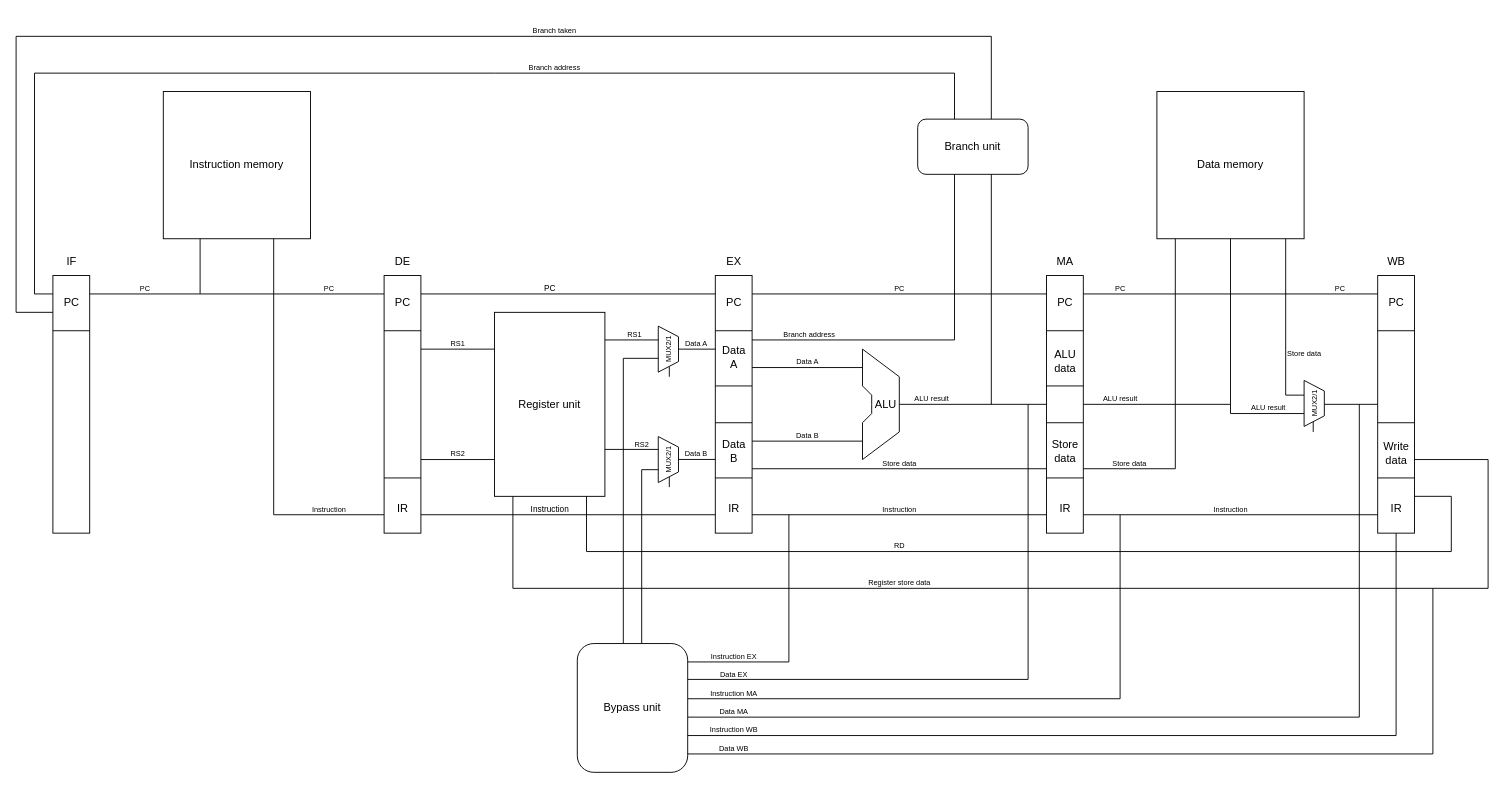
Before: simple_pipeline.drawio in JakobJelovcan/RISC-V-Interpreter, a draw.io diagram. Source tidied: cells renumbered, new cells numbered last; positions are measured from the earlier drawing's top-left corner, leaving out a move shared by most shapes. Both pictures are drawn from the tidied source at 92%, with x=0, y=0 at pixel (16, 16).
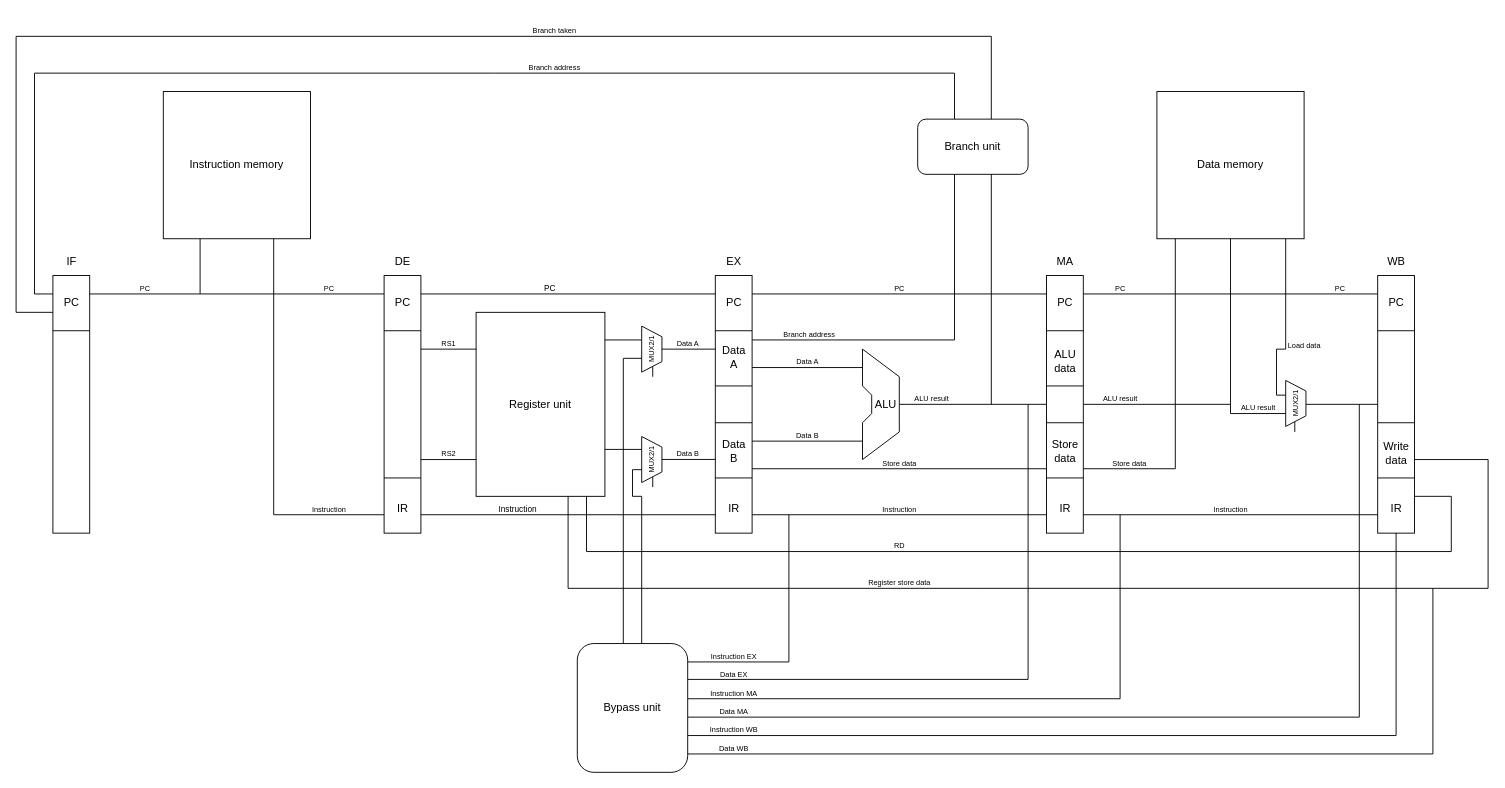
The same diagram, later.

The edit, as a diff of the source:
```diff
@@
     <mxCell id="20" value="Register unit" style="rounded=0;whiteSpace=wrap;html=1;" parent="1" vertex="1">
-      <mxGeometry x="520" y="322" width="120" height="200" as="geometry" />
+      <mxGeometry x="500" y="322" width="140" height="200" as="geometry" />
     </mxCell>
@@
     <mxCell id="24" value="&lt;font style=&quot;font-size: 9px;&quot;&gt;Instruction&lt;/font&gt;" style="text;html=1;align=center;verticalAlign=middle;strokeColor=none;fillColor=none;" parent="1" vertex="1">
-      <mxGeometry x="545" y="520" width="70" height="30" as="geometry" />
+      <mxGeometry x="510" y="520" width="70" height="30" as="geometry" />
     </mxCell>
     <mxCell id="25" style="endArrow=none;html=1;rounded=0;" parent="1" edge="1">
       <mxGeometry relative="1" as="geometry">
         <mxPoint x="440" y="362" as="sourcePoint" />
-        <mxPoint x="520" y="362" as="targetPoint" />
+        <mxPoint x="500" y="362" as="targetPoint" />
       </mxGeometry>
     </mxCell>
     <mxCell id="26" style="endArrow=none;html=1;rounded=0;" parent="1" edge="1">
       <mxGeometry relative="1" as="geometry">
         <mxPoint x="440" y="482" as="sourcePoint" />
-        <mxPoint x="520" y="482" as="targetPoint" />
+        <mxPoint x="500" y="482" as="targetPoint" />
       </mxGeometry>
     </mxCell>
     <mxCell id="27" value="&lt;font style=&quot;font-size: 8px;&quot;&gt;RS1&lt;/font&gt;" style="text;html=1;align=center;verticalAlign=middle;strokeColor=none;fillColor=none;" parent="1" vertex="1">
-      <mxGeometry x="460" y="340" width="40" height="30" as="geometry" />
+      <mxGeometry x="450" y="340" width="40" height="30" as="geometry" />
     </mxCell>
     <mxCell id="28" value="&lt;font style=&quot;&quot;&gt;&lt;font style=&quot;font-size: 8px;&quot;&gt;RS2&lt;/font&gt;&lt;br&gt;&lt;/font&gt;" style="text;html=1;align=center;verticalAlign=middle;strokeColor=none;fillColor=none;" parent="1" vertex="1">
-      <mxGeometry x="460" y="460" width="40" height="30" as="geometry" />
+      <mxGeometry x="450" y="460" width="40" height="30" as="geometry" />
     </mxCell>
     <mxCell id="29" style="endArrow=none;html=1;rounded=0;" parent="1" edge="1">
       <mxGeometry relative="1" as="geometry">
         <mxPoint x="1520" y="482" as="sourcePoint" />
-        <mxPoint x="540" y="522" as="targetPoint" />
+        <mxPoint x="600" y="522" as="targetPoint" />
         <Array as="points">
           <mxPoint x="1600" y="482" />
           <mxPoint x="1600" y="622" />
           <mxPoint x="1050" y="622" />
-          <mxPoint x="540" y="622" />
+          <mxPoint x="600" y="622" />
         </Array>
       </mxGeometry>
     </mxCell>
@@
     <mxCell id="55" value="MUX2/1" style="verticalLabelPosition=middle;verticalAlign=middle;html=1;shape=trapezoid;perimeter=trapezoidPerimeter;whiteSpace=wrap;size=0.23;arcSize=10;flipV=1;labelPosition=center;align=center;rotation=-90;fontSize=8;" parent="1" vertex="1">
-      <mxGeometry x="684" y="351" width="50" height="22" as="geometry" />
+      <mxGeometry x="666" y="351" width="50" height="22" as="geometry" />
     </mxCell>
     <mxCell id="56" style="endArrow=none;html=1;rounded=0;" parent="1" edge="1">
       <mxGeometry relative="1" as="geometry">
         <mxPoint x="640" y="352" as="sourcePoint" />
-        <mxPoint x="698" y="352" as="targetPoint" />
+        <mxPoint x="680" y="352" as="targetPoint" />
       </mxGeometry>
     </mxCell>
     <mxCell id="57" style="endArrow=none;html=1;rounded=0;" parent="1" edge="1">
       <mxGeometry relative="1" as="geometry">
-        <mxPoint x="720" y="362" as="sourcePoint" />
+        <mxPoint x="702" y="362" as="sourcePoint" />
         <mxPoint x="760" y="362" as="targetPoint" />
       </mxGeometry>
     </mxCell>
     <mxCell id="58" value="MUX2/1" style="verticalLabelPosition=middle;verticalAlign=middle;html=1;shape=trapezoid;perimeter=trapezoidPerimeter;whiteSpace=wrap;size=0.23;arcSize=10;flipV=1;labelPosition=center;align=center;rotation=-90;fontSize=8;" parent="1" vertex="1">
-      <mxGeometry x="684" y="471" width="50" height="22" as="geometry" />
+      <mxGeometry x="666" y="471" width="50" height="22" as="geometry" />
     </mxCell>
     <mxCell id="59" style="endArrow=none;html=1;rounded=0;" parent="1" edge="1">
       <mxGeometry relative="1" as="geometry">
-        <mxPoint x="720" y="481.9" as="sourcePoint" />
+        <mxPoint x="702" y="481.9" as="sourcePoint" />
         <mxPoint x="760" y="481.9" as="targetPoint" />
       </mxGeometry>
     </mxCell>
     <mxCell id="60" style="endArrow=none;html=1;rounded=0;" parent="1" edge="1">
       <mxGeometry relative="1" as="geometry">
         <mxPoint x="640" y="471" as="sourcePoint" />
-        <mxPoint x="698" y="471" as="targetPoint" />
+        <mxPoint x="680" y="471" as="targetPoint" />
       </mxGeometry>
     </mxCell>
     <mxCell id="61" style="endArrow=none;html=1;rounded=0;" parent="1" edge="1">
       <mxGeometry relative="1" as="geometry">
-        <mxPoint x="710" y="392" as="sourcePoint" />
-        <mxPoint x="710" y="381" as="targetPoint" />
+        <mxPoint x="692" y="392" as="sourcePoint" />
+        <mxPoint x="692" y="381" as="targetPoint" />
       </mxGeometry>
     </mxCell>
     <mxCell id="62" style="endArrow=none;html=1;rounded=0;" parent="1" edge="1">
       <mxGeometry relative="1" as="geometry">
-        <mxPoint x="710" y="512" as="sourcePoint" />
-        <mxPoint x="710" y="501" as="targetPoint" />
+        <mxPoint x="692" y="512" as="sourcePoint" />
+        <mxPoint x="692" y="501" as="targetPoint" />
       </mxGeometry>
     </mxCell>
     <mxCell id="63" style="endArrow=none;html=1;rounded=0;" parent="1" edge="1">
       <mxGeometry relative="1" as="geometry">
         <mxPoint x="660" y="682" as="sourcePoint" />
-        <mxPoint x="698" y="372" as="targetPoint" />
+        <mxPoint x="680" y="372" as="targetPoint" />
         <Array as="points">
           <mxPoint x="660" y="372" />
         </Array>
       </mxGeometry>
     </mxCell>
     <mxCell id="64" style="endArrow=none;html=1;rounded=0;" parent="1" edge="1">
       <mxGeometry relative="1" as="geometry">
         <mxPoint x="680" y="682" as="sourcePoint" />
-        <mxPoint x="698" y="493" as="targetPoint" />
+        <mxPoint x="680" y="493" as="targetPoint" />
         <Array as="points">
+          <mxPoint x="680" y="522" />
+          <mxPoint x="670" y="522" />
+          <mxPoint x="670" y="493" />
           <mxPoint x="680" y="493" />
         </Array>
       </mxGeometry>
     </mxCell>
     <mxCell id="65" value="&lt;font style=&quot;font-size: 8px;&quot;&gt;Data A&lt;/font&gt;" style="text;html=1;align=center;verticalAlign=middle;strokeColor=none;fillColor=none;" parent="1" vertex="1">
-      <mxGeometry x="714" y="340" width="50" height="30" as="geometry" />
+      <mxGeometry x="705" y="340" width="50" height="30" as="geometry" />
     </mxCell>
     <mxCell id="66" value="&lt;font style=&quot;font-size: 8px;&quot;&gt;Data B&lt;/font&gt;" style="text;html=1;align=center;verticalAlign=middle;strokeColor=none;fillColor=none;" parent="1" vertex="1">
-      <mxGeometry x="714" y="460" width="50" height="30" as="geometry" />
+      <mxGeometry x="705" y="460" width="50" height="30" as="geometry" />
     </mxCell>
-    <mxCell id="67" value="&lt;font style=&quot;font-size: 8px;&quot;&gt;RS1&lt;/font&gt;" style="text;html=1;align=center;verticalAlign=middle;strokeColor=none;fillColor=none;" parent="1" vertex="1">
-      <mxGeometry x="652" y="330" width="40" height="30" as="geometry" />
-    </mxCell>
-    <mxCell id="68" value="&lt;font style=&quot;font-size: 8px;&quot;&gt;RS2&lt;/font&gt;" style="text;html=1;align=center;verticalAlign=middle;strokeColor=none;fillColor=none;" parent="1" vertex="1">
-      <mxGeometry x="660" y="450" width="40" height="30" as="geometry" />
-    </mxCell>
@@
     <mxCell id="74" style="endArrow=none;html=1;rounded=0;" parent="1" edge="1">
       <mxGeometry relative="1" as="geometry">
-        <mxPoint x="1400" y="412" as="sourcePoint" />
+        <mxPoint x="1380" y="412" as="sourcePoint" />
         <mxPoint x="1380" y="242" as="targetPoint" />
         <Array as="points">
-          <mxPoint x="1380" y="412" />
+          <mxPoint x="1370" y="412" />
+          <mxPoint x="1370" y="362" />
+          <mxPoint x="1380" y="362" />
         </Array>
       </mxGeometry>
     </mxCell>
-    <mxCell id="75" value="&lt;font style=&quot;font-size: 8px;&quot;&gt;Store data&lt;/font&gt;" style="text;html=1;align=center;verticalAlign=middle;strokeColor=none;fillColor=none;" parent="1" vertex="1">
-      <mxGeometry x="1370" y="351" width="60" height="30" as="geometry" />
+    <mxCell id="75" value="&lt;font style=&quot;font-size: 8px;&quot;&gt;Load data&lt;/font&gt;" style="text;html=1;align=center;verticalAlign=middle;strokeColor=none;fillColor=none;" parent="1" vertex="1">
+      <mxGeometry x="1370" y="342" width="60" height="30" as="geometry" />
     </mxCell>
     <mxCell id="76" value="MUX2/1" style="verticalLabelPosition=middle;verticalAlign=middle;html=1;shape=trapezoid;perimeter=trapezoidPerimeter;whiteSpace=wrap;size=0.23;arcSize=10;flipV=1;labelPosition=center;align=center;rotation=-90;fontSize=8;" parent="1" vertex="1">
-      <mxGeometry x="1386" y="410" width="50" height="22" as="geometry" />
+      <mxGeometry x="1366" y="410" width="50" height="22" as="geometry" />
     </mxCell>
     <mxCell id="77" style="endArrow=none;html=1;rounded=0;" parent="1" edge="1">
       <mxGeometry relative="1" as="geometry">
         <mxPoint x="1160" y="422" as="sourcePoint" />
-        <mxPoint x="1400" y="432" as="targetPoint" />
+        <mxPoint x="1380" y="432" as="targetPoint" />
         <Array as="points">
           <mxPoint x="1320" y="422" />
           <mxPoint x="1320" y="432" />
         </Array>
       </mxGeometry>
     </mxCell>
     <mxCell id="78" value="&lt;font style=&quot;font-size: 8px;&quot;&gt;ALU result&lt;/font&gt;" style="text;html=1;align=center;verticalAlign=middle;strokeColor=none;fillColor=none;" parent="1" vertex="1">
-      <mxGeometry x="1331" y="410" width="60" height="30" as="geometry" />
+      <mxGeometry x="1320" y="410" width="60" height="30" as="geometry" />
     </mxCell>
@@
     <mxCell id="81" style="endArrow=none;html=1;rounded=0;" parent="1" edge="1">
       <mxGeometry relative="1" as="geometry">
-        <mxPoint x="1422" y="422" as="sourcePoint" />
+        <mxPoint x="1402" y="422" as="sourcePoint" />
         <mxPoint x="1480" y="422" as="targetPoint" />
       </mxGeometry>
     </mxCell>
@@
     <mxCell id="125" style="endArrow=none;html=1;rounded=0;" parent="1" edge="1">
       <mxGeometry relative="1" as="geometry">
-        <mxPoint x="1409.9" y="452" as="sourcePoint" />
-        <mxPoint x="1409.9" y="441" as="targetPoint" />
+        <mxPoint x="1389.9" y="452" as="sourcePoint" />
+        <mxPoint x="1389.9" y="441" as="targetPoint" />
       </mxGeometry>
     </mxCell>
```
